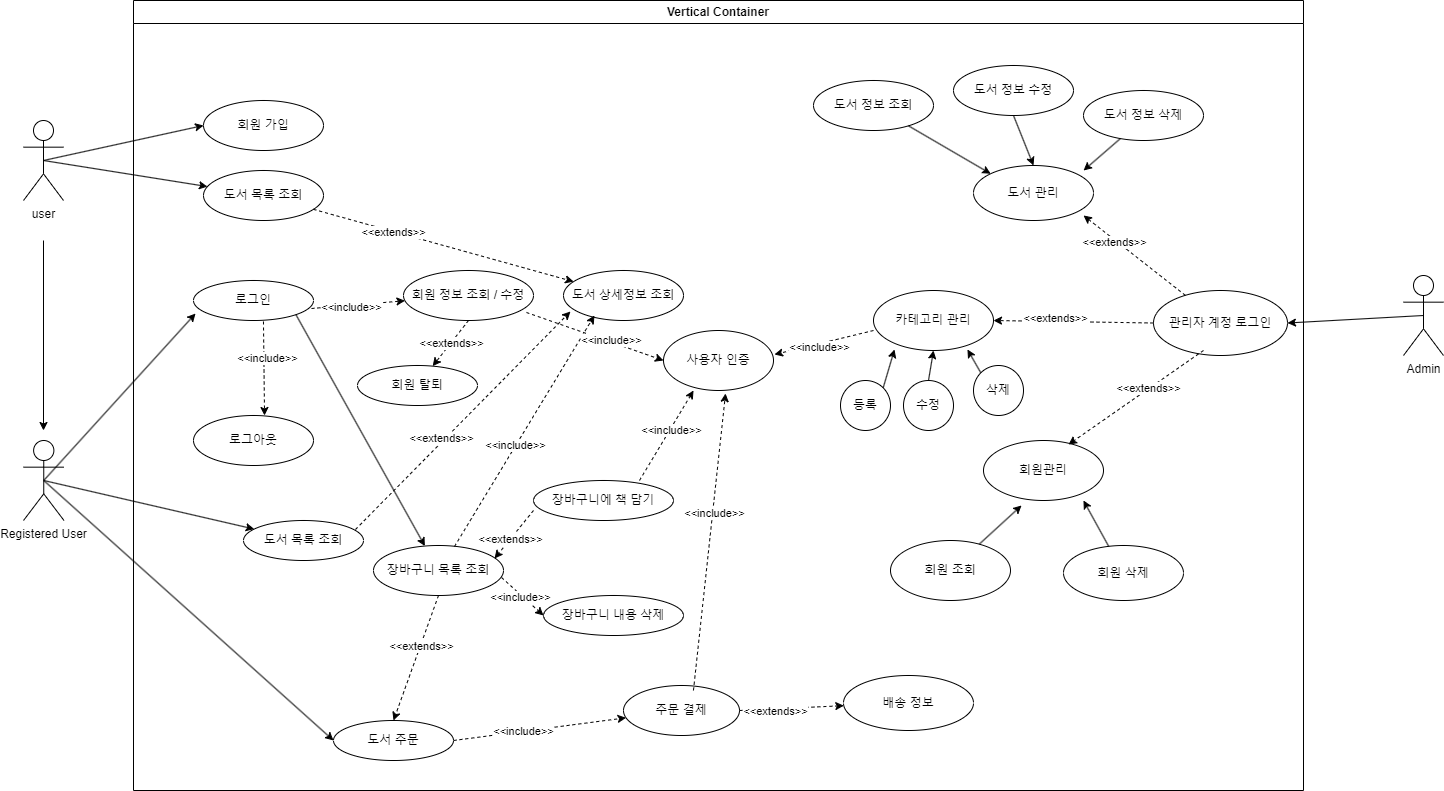
junHyeokP/BookMarket keeps this draw.io diagram as src/온라인 서점 use-case2.png. Above is the earlier version. Source tidied: cells renumbered, new cells last; positions are measured from the earlier drawing's top-left corner, leaving out a move shared by most shapes.
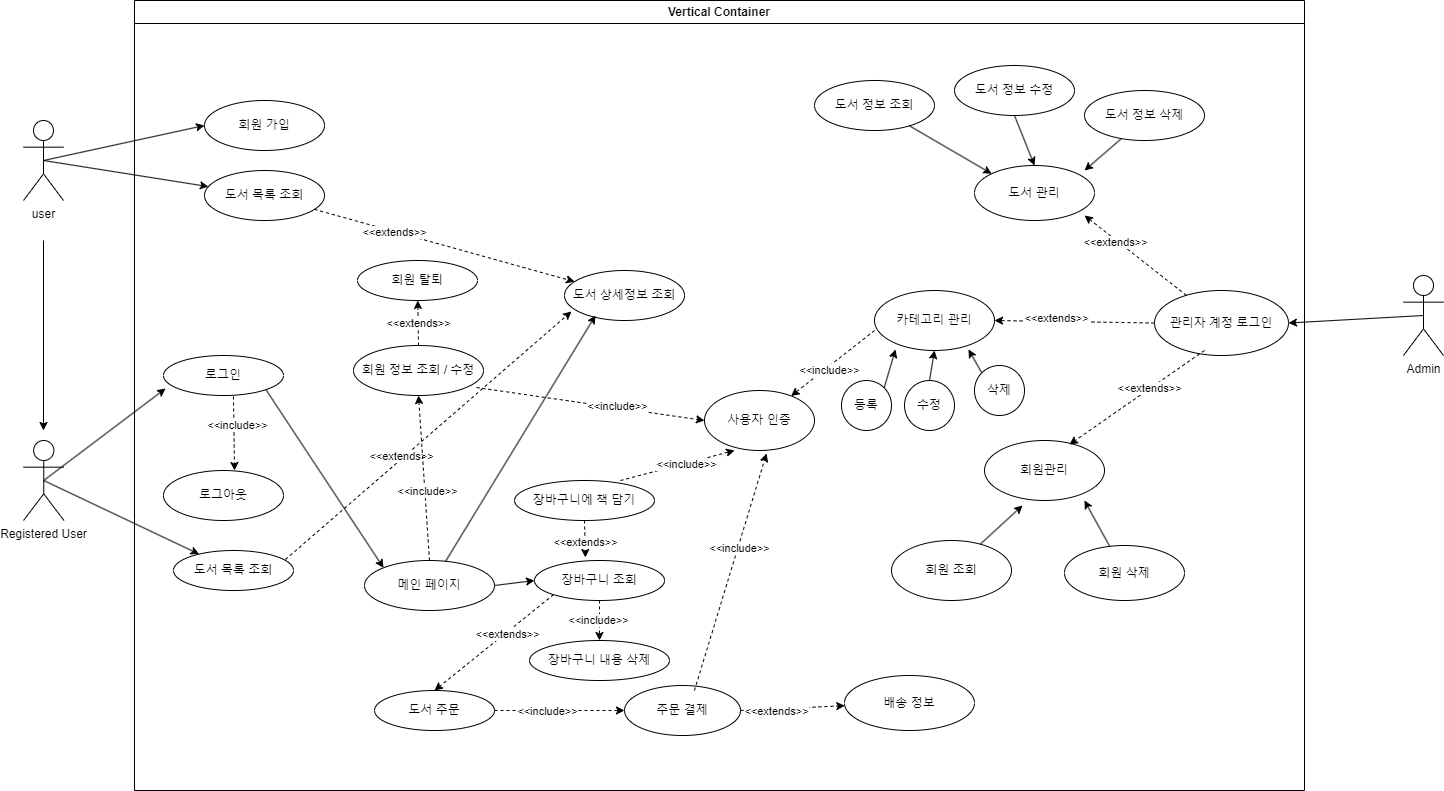
The same diagram one commit later.

Commit message:
온라인 서점 use-case2.png 업데이트

Diff of the diagram source:
```diff
@@ -15,7 +15,7 @@
       <mxGeometry x="1380" y="275" width="40" height="80" as="geometry" />
     </mxCell>
     <mxCell id="6" value="Vertical Container" style="swimlane;whiteSpace=wrap;html=1;" parent="1" vertex="1">
-      <mxGeometry x="110" width="1170" height="790" as="geometry" />
+      <mxGeometry x="111" width="1170" height="790" as="geometry" />
     </mxCell>
     <mxCell id="7" value="회원 가입" style="ellipse;whiteSpace=wrap;html=1;" parent="6" vertex="1">
       <mxGeometry x="70" y="100" width="120" height="50" as="geometry" />
@@ -24,16 +24,16 @@
       <mxGeometry x="70" y="170" width="120" height="50" as="geometry" />
     </mxCell>
     <mxCell id="9" value="로그인" style="ellipse;whiteSpace=wrap;html=1;" parent="6" vertex="1">
-      <mxGeometry x="60" y="280" width="120" height="40" as="geometry" />
+      <mxGeometry x="29" y="355" width="120" height="40" as="geometry" />
     </mxCell>
     <mxCell id="10" value="도서 목록 조회" style="ellipse;whiteSpace=wrap;html=1;" parent="6" vertex="1">
-      <mxGeometry x="110" y="520" width="120" height="40" as="geometry" />
+      <mxGeometry x="39" y="550" width="120" height="40" as="geometry" />
     </mxCell>
     <mxCell id="11" value="도서 주문" style="ellipse;whiteSpace=wrap;html=1;" parent="6" vertex="1">
-      <mxGeometry x="200" y="720" width="120" height="40" as="geometry" />
+      <mxGeometry x="240" y="690" width="120" height="40" as="geometry" />
     </mxCell>
     <mxCell id="12" value="로그아웃" style="ellipse;whiteSpace=wrap;html=1;" parent="6" vertex="1">
-      <mxGeometry x="60" y="415" width="120" height="50" as="geometry" />
+      <mxGeometry x="29" y="470" width="120" height="50" as="geometry" />
     </mxCell>
     <mxCell id="13" value="주문 결제" style="ellipse;whiteSpace=wrap;html=1;" parent="6" vertex="1">
       <mxGeometry x="490" y="685" width="116" height="50" as="geometry" />
@@ -48,7 +48,7 @@
       <mxGeometry x="430" y="270" width="120" height="50" as="geometry" />
     </mxCell>
     <mxCell id="17" value="장바구니에 책 담기" style="ellipse;whiteSpace=wrap;html=1;" parent="6" vertex="1">
-      <mxGeometry x="400" y="480" width="140" height="40" as="geometry" />
+      <mxGeometry x="380" y="480" width="140" height="40" as="geometry" />
     </mxCell>
     <mxCell id="18" style="endArrow=classic;html=1;rounded=0;dashed=1;" parent="6" edge="1" source="8" target="16">
       <mxGeometry relative="1" as="geometry" />
@@ -62,16 +62,13 @@
     <mxCell id="21" value="&amp;lt;&amp;lt;extends&amp;gt;&amp;gt;" style="edgeLabel;html=1;align=center;verticalAlign=middle;" parent="20" vertex="1">
       <mxGeometry x="-0.18" y="3" relative="1" as="geometry" />
     </mxCell>
-    <mxCell id="22" value="장바구니 목록 조회" style="ellipse;whiteSpace=wrap;html=1;" parent="6" vertex="1">
-      <mxGeometry x="240" y="545" width="130" height="50" as="geometry" />
+    <mxCell id="22" value="메인 페이지" style="ellipse;whiteSpace=wrap;html=1;" parent="6" vertex="1">
+      <mxGeometry x="230" y="560" width="130" height="50" as="geometry" />
     </mxCell>
-    <mxCell id="23" style="endArrow=classic;html=1;rounded=0;exitX=0.623;exitY=0.02;exitDx=0;exitDy=0;entryX=0.258;entryY=0.9;entryDx=0;entryDy=0;entryPerimeter=0;dashed=1;exitPerimeter=0;" parent="6" edge="1" source="22" target="16">
+    <mxCell id="23" style="endArrow=classic;html=1;rounded=0;exitX=0.623;exitY=0.02;exitDx=0;exitDy=0;entryX=0.258;entryY=0.9;entryDx=0;entryDy=0;entryPerimeter=0;exitPerimeter=0;" parent="6" edge="1" source="22" target="16">
       <mxGeometry relative="1" as="geometry" />
     </mxCell>
-    <mxCell id="24" value="&amp;lt;&amp;lt;include&amp;gt;&amp;gt;" style="edgeLabel;html=1;align=center;verticalAlign=middle;" parent="23" vertex="1">
-      <mxGeometry x="-0.13" y="1" relative="1" as="geometry" />
-    </mxCell>
-    <mxCell id="25" style="endArrow=classic;html=1;rounded=0;entryX=0.5;entryY=0;entryDx=0;entryDy=0;dashed=1;exitX=0.5;exitY=1;exitDx=0;exitDy=0;" parent="6" edge="1" source="22" target="11">
+    <mxCell id="25" style="endArrow=classic;html=1;rounded=0;entryX=0.5;entryY=0;entryDx=0;entryDy=0;dashed=1;exitX=0;exitY=1;exitDx=0;exitDy=0;" parent="6" edge="1" source="85" target="11">
       <mxGeometry relative="1" as="geometry" />
     </mxCell>
     <mxCell id="26" value="&amp;lt;&amp;lt;extends&amp;gt;&amp;gt;" style="edgeLabel;html=1;align=center;verticalAlign=middle;" parent="25" vertex="1">
@@ -81,7 +78,7 @@
       <mxGeometry x="1020" y="290" width="134" height="65" as="geometry" />
     </mxCell>
     <mxCell id="28" value="장바구니 내용 삭제" style="ellipse;whiteSpace=wrap;html=1;" parent="6" vertex="1">
-      <mxGeometry x="410" y="595" width="140" height="40" as="geometry" />
+      <mxGeometry x="395" y="640" width="140" height="40" as="geometry" />
     </mxCell>
     <mxCell id="29" value="도서 관리" style="ellipse;whiteSpace=wrap;html=1;" parent="6" vertex="1">
       <mxGeometry x="840" y="165" width="120" height="55" as="geometry" />
@@ -111,9 +108,9 @@
       <mxGeometry x="-0.32" y="-2" relative="1" as="geometry" />
     </mxCell>
     <mxCell id="38" value="회원 정보 조회 / 수정" style="ellipse;whiteSpace=wrap;html=1;" parent="6" vertex="1">
-      <mxGeometry x="270" y="270" width="130" height="50" as="geometry" />
+      <mxGeometry x="219" y="345" width="130" height="50" as="geometry" />
     </mxCell>
-    <mxCell id="39" style="endArrow=classic;html=1;rounded=0;exitX=0.983;exitY=0.7;exitDx=0;exitDy=0;exitPerimeter=0;dashed=1;" parent="6" edge="1" source="9" target="38">
+    <mxCell id="39" style="endArrow=classic;html=1;rounded=0;exitX=0.5;exitY=0;exitDx=0;exitDy=0;dashed=1;entryX=0.5;entryY=1;entryDx=0;entryDy=0;" parent="6" edge="1" source="22" target="38">
       <mxGeometry relative="1" as="geometry" />
     </mxCell>
     <mxCell id="40" value="&amp;lt;&amp;lt;include&amp;gt;&amp;gt;" style="edgeLabel;html=1;align=center;verticalAlign=middle;" parent="39" vertex="1">
@@ -125,7 +122,7 @@
     <mxCell id="42" value="&amp;lt;&amp;lt;include&amp;gt;&amp;gt;" style="edgeLabel;html=1;align=center;verticalAlign=middle;" parent="41" vertex="1">
       <mxGeometry x="-0.21" y="3" relative="1" as="geometry" />
     </mxCell>
-    <mxCell id="43" style="endArrow=classic;html=1;rounded=0;exitX=1;exitY=1;exitDx=0;exitDy=0;" parent="6" edge="1" source="9" target="22">
+    <mxCell id="43" style="endArrow=classic;html=1;rounded=0;exitX=1;exitY=1;exitDx=0;exitDy=0;entryX=0;entryY=0;entryDx=0;entryDy=0;" parent="6" edge="1" source="9" target="22">
       <mxGeometry relative="1" as="geometry" />
     </mxCell>
     <mxCell id="44" value="회원 삭제" style="ellipse;whiteSpace=wrap;html=1;" parent="6" vertex="1">
@@ -158,20 +155,20 @@
     <mxCell id="53" style="endArrow=classic;html=1;rounded=0;exitX=0.308;exitY=0.96;exitDx=0;exitDy=0;exitPerimeter=0;entryX=0.917;entryY=0.091;entryDx=0;entryDy=0;entryPerimeter=0;" parent="6" edge="1" source="50" target="29">
       <mxGeometry relative="1" as="geometry" />
     </mxCell>
-    <mxCell id="54" style="endArrow=classic;html=1;rounded=0;exitX=0.985;exitY=0.64;exitDx=0;exitDy=0;entryX=0;entryY=0.5;entryDx=0;entryDy=0;exitPerimeter=0;dashed=1;" parent="6" edge="1" source="22" target="28">
+    <mxCell id="54" style="endArrow=classic;html=1;rounded=0;entryX=0.5;entryY=0;entryDx=0;entryDy=0;dashed=1;exitX=0.5;exitY=1;exitDx=0;exitDy=0;" parent="6" edge="1" source="85" target="28">
       <mxGeometry relative="1" as="geometry" />
     </mxCell>
     <mxCell id="55" value="&amp;lt;&amp;lt;include&amp;gt;&amp;gt;" style="edgeLabel;html=1;align=center;verticalAlign=middle;" parent="54" vertex="1">
       <mxGeometry x="-0.06" y="-2" relative="1" as="geometry" />
     </mxCell>
-    <mxCell id="56" style="endArrow=classic;html=1;rounded=0;exitX=0;exitY=0.75;exitDx=0;exitDy=0;exitPerimeter=0;entryX=0.931;entryY=0.26;entryDx=0;entryDy=0;entryPerimeter=0;dashed=1;" parent="6" edge="1" source="17" target="22">
+    <mxCell id="56" style="endArrow=classic;html=1;rounded=0;exitX=0.5;exitY=1;exitDx=0;exitDy=0;dashed=1;entryX=0.392;entryY=-0.075;entryDx=0;entryDy=0;entryPerimeter=0;" parent="6" edge="1" source="17" target="85">
       <mxGeometry relative="1" as="geometry" />
     </mxCell>
     <mxCell id="57" value="&amp;lt;&amp;lt;extends&amp;gt;&amp;gt;" style="edgeLabel;html=1;align=center;verticalAlign=middle;" parent="56" vertex="1">
       <mxGeometry x="0.18" relative="1" as="geometry" />
     </mxCell>
     <mxCell id="58" value="사용자 인증" style="ellipse;whiteSpace=wrap;html=1;" parent="6" vertex="1">
-      <mxGeometry x="530" y="330" width="110" height="60" as="geometry" />
+      <mxGeometry x="570" y="390" width="110" height="60" as="geometry" />
     </mxCell>
     <mxCell id="59" value="카테고리 관리" style="ellipse;whiteSpace=wrap;html=1;" parent="6" vertex="1">
       <mxGeometry x="740" y="290" width="120" height="60" as="geometry" />
@@ -194,7 +191,7 @@
     <mxCell id="65" style="endArrow=classic;html=1;rounded=0;exitX=0;exitY=0;exitDx=0;exitDy=0;entryX=0.783;entryY=0.983;entryDx=0;entryDy=0;entryPerimeter=0;" parent="6" edge="1" source="62" target="59">
       <mxGeometry relative="1" as="geometry" />
     </mxCell>
-    <mxCell id="66" style="endArrow=classic;html=1;rounded=0;exitX=0;exitY=0.667;exitDx=0;exitDy=0;exitPerimeter=0;entryX=1.009;entryY=0.4;entryDx=0;entryDy=0;entryPerimeter=0;dashed=1;" parent="6" edge="1" source="59" target="58">
+    <mxCell id="66" style="endArrow=classic;html=1;rounded=0;exitX=0;exitY=0.667;exitDx=0;exitDy=0;exitPerimeter=0;dashed=1;" parent="6" edge="1" source="59" target="58">
       <mxGeometry relative="1" as="geometry" />
     </mxCell>
     <mxCell id="67" value="&amp;lt;&amp;lt;include&amp;gt;&amp;gt;" style="edgeLabel;html=1;align=center;verticalAlign=middle;" parent="66" vertex="1">
@@ -219,9 +216,9 @@
       <mxGeometry x="0.2" y="-1" relative="1" as="geometry" />
     </mxCell>
     <mxCell id="74" value="회원 탈퇴" style="ellipse;whiteSpace=wrap;html=1;" parent="6" vertex="1">
-      <mxGeometry x="224" y="365" width="120" height="40" as="geometry" />
+      <mxGeometry x="223" y="260" width="120" height="40" as="geometry" />
     </mxCell>
-    <mxCell id="75" style="endArrow=classic;html=1;rounded=0;exitX=0.5;exitY=1;exitDx=0;exitDy=0;dashed=1;" parent="6" edge="1" source="38" target="74">
+    <mxCell id="75" style="endArrow=classic;html=1;rounded=0;exitX=0.5;exitY=0;exitDx=0;exitDy=0;dashed=1;" parent="6" edge="1" source="38" target="74">
       <mxGeometry relative="1" as="geometry" />
     </mxCell>
     <mxCell id="76" value="&amp;lt;&amp;lt;extends&amp;gt;&amp;gt;" style="edgeLabel;html=1;align=center;verticalAlign=middle;" parent="75" vertex="1">
@@ -233,6 +230,12 @@
     <mxCell id="78" value="&amp;lt;&amp;lt;extends&amp;gt;&amp;gt;" style="edgeLabel;html=1;align=center;verticalAlign=middle;" parent="77" vertex="1">
       <mxGeometry x="0.24" y="-3" relative="1" as="geometry" />
     </mxCell>
+    <mxCell id="85" value="장바구니 조회" style="ellipse;whiteSpace=wrap;html=1;" parent="6" vertex="1">
+      <mxGeometry x="400" y="560" width="130" height="40" as="geometry" />
+    </mxCell>
+    <mxCell id="86" style="endArrow=classic;html=1;rounded=0;exitX=1;exitY=0.5;exitDx=0;exitDy=0;entryX=0;entryY=0.5;entryDx=0;entryDy=0;" parent="6" edge="1" source="22" target="85">
+      <mxGeometry relative="1" as="geometry" />
+    </mxCell>
     <mxCell id="79" value="Registered User" style="shape=umlActor;verticalLabelPosition=bottom;verticalAlign=top;html=1;outlineConnect=0;" parent="1" vertex="1">
       <mxGeometry y="440" width="40.5" height="80" as="geometry" />
     </mxCell>
@@ -242,9 +245,6 @@
     <mxCell id="81" style="endArrow=classic;html=1;rounded=0;exitX=0.5;exitY=0.5;exitDx=0;exitDy=0;exitPerimeter=0;" parent="1" edge="1" source="79" target="10">
       <mxGeometry relative="1" as="geometry" />
     </mxCell>
-    <mxCell id="82" style="endArrow=classic;html=1;rounded=0;exitX=0.5;exitY=0.5;exitDx=0;exitDy=0;exitPerimeter=0;entryX=0;entryY=0.5;entryDx=0;entryDy=0;" parent="1" edge="1" source="79" target="11">
-      <mxGeometry relative="1" as="geometry" />
-    </mxCell>
     <mxCell id="83" style="endArrow=classic;html=1;rounded=0;exitX=0.5;exitY=0.5;exitDx=0;exitDy=0;exitPerimeter=0;entryX=1;entryY=0.5;entryDx=0;entryDy=0;" parent="1" edge="1" source="5" target="27">
       <mxGeometry relative="1" as="geometry" />
     </mxCell>
```
